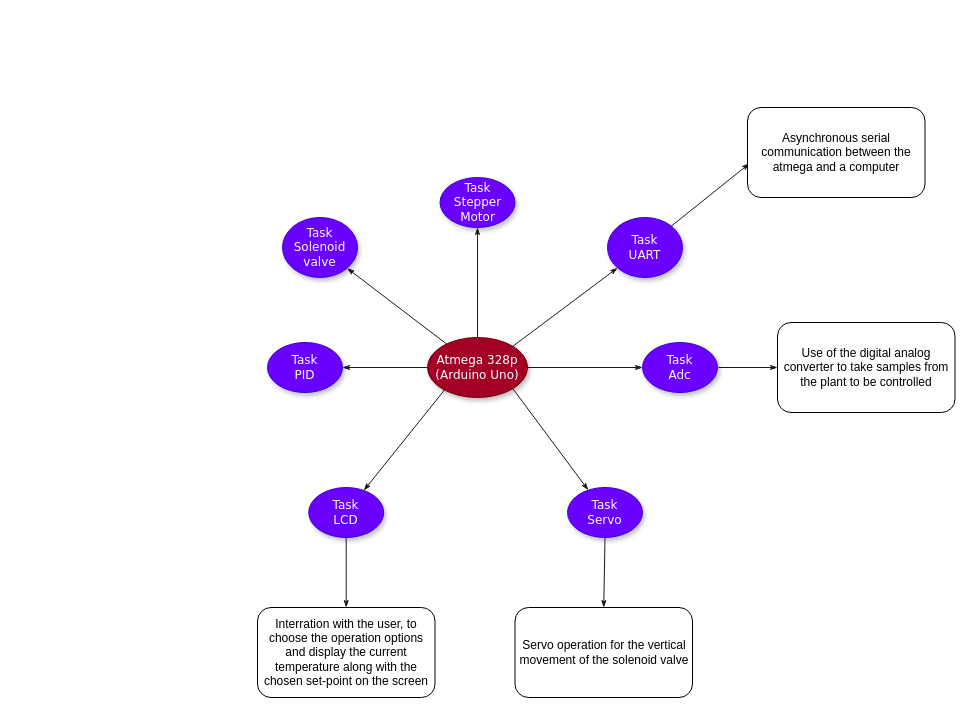
Above: Untitled Diagram.drawio in martin563/computadores2 (draw.io), before the change. Source tidied: cells renumbered, new cells numbered last; positions are measured from the earlier drawing's top-left corner, leaving out a move shared by most shapes. Both pictures are drawn from the tidied source at 100%, with x=0, y=0 at pixel (257, 107).
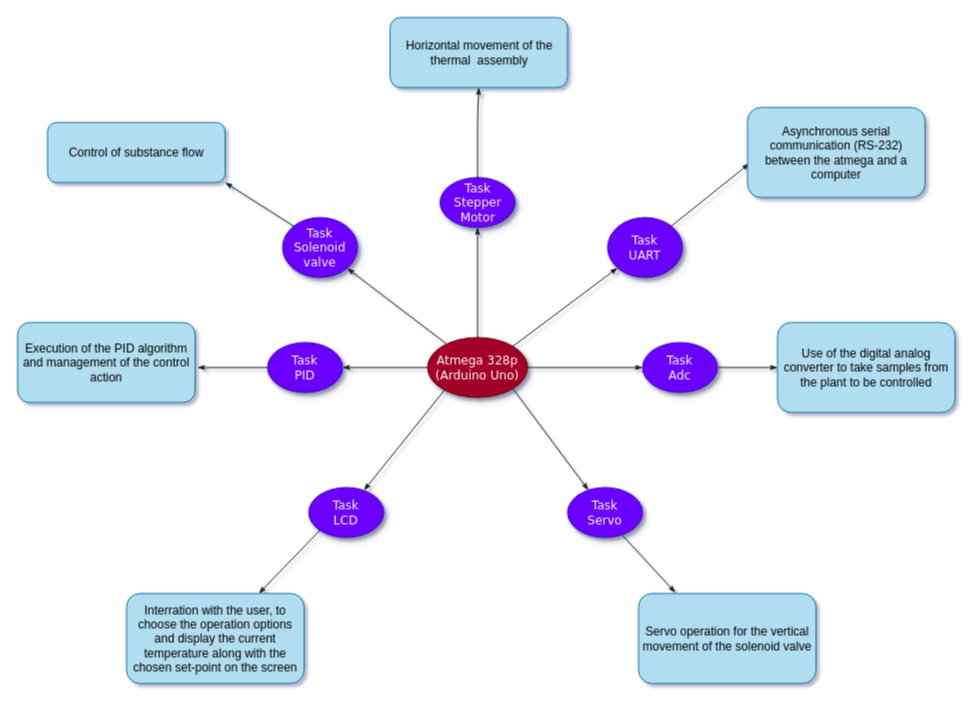
After the change.

Unchanged cells that the change refers to:
```xml
<mxCell id="4" value="Task&lt;br&gt;LCD" style="ellipse;whiteSpace=wrap;html=1;rounded=0;shadow=1;comic=0;labelBackgroundColor=none;strokeWidth=1;fontFamily=Verdana;fontSize=12;align=center;fillColor=#6a00ff;strokeColor=#3700CC;fontColor=#ffffff;" parent="1" vertex="1">
  <mxGeometry x="51.2" y="380" width="75" height="50" as="geometry" />
</mxCell>
<mxCell id="5" value="Task&lt;br&gt;Servo" style="ellipse;whiteSpace=wrap;html=1;rounded=0;shadow=1;comic=0;labelBackgroundColor=none;strokeWidth=1;fontFamily=Verdana;fontSize=12;align=center;fillColor=#6a00ff;strokeColor=#3700CC;fontColor=#ffffff;" parent="1" vertex="1">
  <mxGeometry x="310" y="380" width="75" height="50" as="geometry" />
</mxCell>
<mxCell id="6" value="Task&lt;br&gt;PID" style="ellipse;whiteSpace=wrap;html=1;rounded=0;shadow=1;comic=0;labelBackgroundColor=none;strokeWidth=1;fontFamily=Verdana;fontSize=12;align=center;fillColor=#6a00ff;strokeColor=#3700CC;fontColor=#ffffff;" parent="1" vertex="1">
  <mxGeometry x="10" y="235" width="75" height="50" as="geometry" />
</mxCell>
<mxCell id="11" value="Task&lt;br&gt;Solenoid valve" style="ellipse;whiteSpace=wrap;html=1;rounded=0;shadow=1;comic=0;labelBackgroundColor=none;strokeWidth=1;fontFamily=Verdana;fontSize=12;align=center;fillColor=#6a00ff;strokeColor=#3700CC;fontColor=#ffffff;" parent="1" vertex="1">
  <mxGeometry x="25" y="110" width="75" height="60" as="geometry" />
</mxCell>
<mxCell id="13" value="Task&lt;br&gt;Stepper Motor" style="ellipse;whiteSpace=wrap;html=1;rounded=0;shadow=1;comic=0;labelBackgroundColor=none;strokeWidth=1;fontFamily=Verdana;fontSize=12;align=center;fillColor=#6a00ff;strokeColor=#3700CC;fontColor=#ffffff;" parent="1" vertex="1">
  <mxGeometry x="182.5" y="70" width="75" height="50" as="geometry" />
</mxCell>
```

Change to the diagram source:
```diff
@@
-<mxGraphModel background="#ffffff">
+<mxGraphModel background="#ffffff" shadow="1">
@@
-    <mxCell id="17" style="edgeStyle=none;rounded=1;html=1;labelBackgroundColor=none;startArrow=none;startFill=0;startSize=5;endArrow=classicThin;endFill=1;endSize=5;jettySize=auto;strokeWidth=1;fontFamily=Verdana;fontSize=12;fillColor=#e1d5e7;strokeColor=#1A1A1A;exitX=0.5;exitY=1;exitDx=0;exitDy=0;" parent="1" edge="1" source="4" target="18">
-      <mxGeometry relative="1" as="geometry" />
-    </mxCell>
-    <mxCell id="18" value="Interration with the user, to choose the operation options and display the current temperature along with the chosen set-point on the screen" style="rounded=1;whiteSpace=wrap;html=1;" parent="1" vertex="1">
-      <mxGeometry y="500" width="177.5" height="90" as="geometry" />
+    <mxCell id="18" value="Interration with the user, to choose the operation options and display the current temperature along with the chosen set-point on the screen" style="rounded=1;whiteSpace=wrap;html=1;fillColor=#b1ddf0;strokeColor=#10739e;" parent="1" vertex="1">
+      <mxGeometry x="-131" y="486" width="177.5" height="90" as="geometry" />
     </mxCell>
-    <mxCell id="19" style="edgeStyle=none;rounded=1;html=1;labelBackgroundColor=none;startArrow=none;startFill=0;startSize=5;endArrow=classicThin;endFill=1;endSize=5;jettySize=auto;strokeWidth=1;fontFamily=Verdana;fontSize=12;fillColor=#e1d5e7;strokeColor=#1A1A1A;exitX=0.5;exitY=1;exitDx=0;exitDy=0;entryX=0.5;entryY=0;entryDx=0;entryDy=0;" parent="1" edge="1" source="5" target="20">
-      <mxGeometry relative="1" as="geometry" />
-    </mxCell>
-    <mxCell id="20" value="Servo operation for the vertical movement of the solenoid valve" style="rounded=1;whiteSpace=wrap;html=1;" parent="1" vertex="1">
-      <mxGeometry x="257.5" y="500" width="177.5" height="90" as="geometry" />
+    <mxCell id="20" value="Servo operation for the vertical movement of the solenoid valve" style="rounded=1;whiteSpace=wrap;html=1;fillColor=#b1ddf0;strokeColor=#10739e;" parent="1" vertex="1">
+      <mxGeometry x="381" y="486" width="177.5" height="90" as="geometry" />
     </mxCell>
@@
-    <mxCell id="22" value="Use of the digital analog converter to take samples from the plant to be controlled" style="rounded=1;whiteSpace=wrap;html=1;" parent="1" vertex="1">
+    <mxCell id="22" value="Use of the digital analog converter to take samples from the plant to be controlled" style="rounded=1;whiteSpace=wrap;html=1;fillColor=#b1ddf0;strokeColor=#10739e;" parent="1" vertex="1">
       <mxGeometry x="520" y="215" width="177.5" height="90" as="geometry" />
     </mxCell>
@@
-    <mxCell id="24" value="Asynchronous serial communication between the atmega and a computer" style="rounded=1;whiteSpace=wrap;html=1;" parent="1" vertex="1">
+    <mxCell id="24" value="Asynchronous serial communication (RS-232) between the atmega and a computer" style="rounded=1;whiteSpace=wrap;html=1;fillColor=#b1ddf0;strokeColor=#10739e;" parent="1" vertex="1">
       <mxGeometry x="490" width="177.5" height="90" as="geometry" />
     </mxCell>
+    <mxCell id="25" value="Horizontal movement of the thermal&amp;nbsp; assembly" style="rounded=1;whiteSpace=wrap;html=1;fillColor=#b1ddf0;strokeColor=#10739e;" parent="1" vertex="1">
+      <mxGeometry x="132.5" y="-90" width="177.5" height="70" as="geometry" />
+    </mxCell>
+    <mxCell id="26" style="edgeStyle=none;rounded=1;html=1;labelBackgroundColor=none;startArrow=none;startFill=0;startSize=5;endArrow=classicThin;endFill=1;endSize=5;jettySize=auto;strokeWidth=1;fontFamily=Verdana;fontSize=12;exitX=0.5;exitY=0;exitDx=0;exitDy=0;strokeColor=#1A1A1A;entryX=0.5;entryY=1;entryDx=0;entryDy=0;" parent="1" edge="1" source="13" target="25">
+      <mxGeometry relative="1" as="geometry">
+        <Array as="points">
+          <mxPoint x="220" y="10" />
+        </Array>
+      </mxGeometry>
+    </mxCell>
+    <mxCell id="27" value="Control of substance flow" style="rounded=1;whiteSpace=wrap;html=1;fillColor=#b1ddf0;strokeColor=#10739e;" parent="1" vertex="1">
+      <mxGeometry x="-210" y="15" width="177.5" height="60" as="geometry" />
+    </mxCell>
+    <mxCell id="28" style="edgeStyle=none;rounded=1;html=1;labelBackgroundColor=none;startArrow=none;startFill=0;startSize=5;endArrow=classicThin;endFill=1;endSize=5;jettySize=auto;strokeWidth=1;fontFamily=Verdana;fontSize=12;strokeColor=#1A1A1A;exitX=0;exitY=0;exitDx=0;exitDy=0;entryX=1;entryY=1;entryDx=0;entryDy=0;" parent="1" edge="1" source="11" target="27">
+      <mxGeometry relative="1" as="geometry" />
+    </mxCell>
+    <mxCell id="29" value="Execution of the PID algorithm and management of the control action" style="rounded=1;whiteSpace=wrap;html=1;fillColor=#b1ddf0;strokeColor=#10739e;" parent="1" vertex="1">
+      <mxGeometry x="-240" y="215" width="177.5" height="80" as="geometry" />
+    </mxCell>
+    <mxCell id="30" style="edgeStyle=none;rounded=1;html=1;labelBackgroundColor=none;startArrow=none;startFill=0;startSize=5;endArrow=classicThin;endFill=1;endSize=5;jettySize=auto;strokeWidth=1;fontFamily=Verdana;fontSize=12;exitX=0;exitY=0.5;exitDx=0;exitDy=0;strokeColor=#1A1A1A;" parent="1" edge="1" source="6">
+      <mxGeometry relative="1" as="geometry">
+        <mxPoint x="-60" y="260" as="targetPoint" />
+      </mxGeometry>
+    </mxCell>
+    <mxCell id="19" style="edgeStyle=none;rounded=1;html=1;labelBackgroundColor=none;startArrow=none;startFill=0;startSize=5;endArrow=classicThin;endFill=1;endSize=5;jettySize=auto;strokeWidth=1;fontFamily=Verdana;fontSize=12;strokeColor=#1A1A1A;exitX=0.733;exitY=0.96;exitDx=0;exitDy=0;exitPerimeter=0;entryX=0.208;entryY=-0.011;entryDx=0;entryDy=0;entryPerimeter=0;" parent="1" edge="1" source="5" target="20">
+      <mxGeometry relative="1" as="geometry" />
+    </mxCell>
+    <mxCell id="17" style="edgeStyle=none;rounded=1;html=1;labelBackgroundColor=none;startArrow=none;startFill=0;startSize=5;endArrow=classicThin;endFill=1;endSize=5;jettySize=auto;strokeWidth=1;fontFamily=Verdana;fontSize=12;fillColor=#e1d5e7;strokeColor=#1A1A1A;exitX=0;exitY=1;exitDx=0;exitDy=0;" parent="1" edge="1" source="4" target="18">
+      <mxGeometry relative="1" as="geometry" />
+    </mxCell>
```
